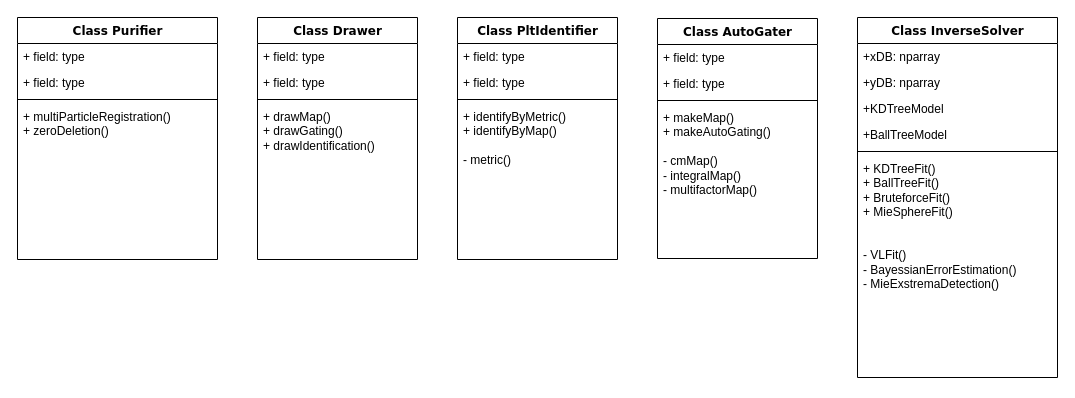
ka-50bs/PlateletIdentification keeps this draw.io diagram as UML Diagram.drawio. Above is the earlier version. Source tidied: cells renumbered, new cells numbered last; positions are measured from the earlier drawing's top-left corner, leaving out a move shared by most shapes. Both pictures are drawn from the tidied source at 100%, with x=0, y=0 at pixel (17, 17).
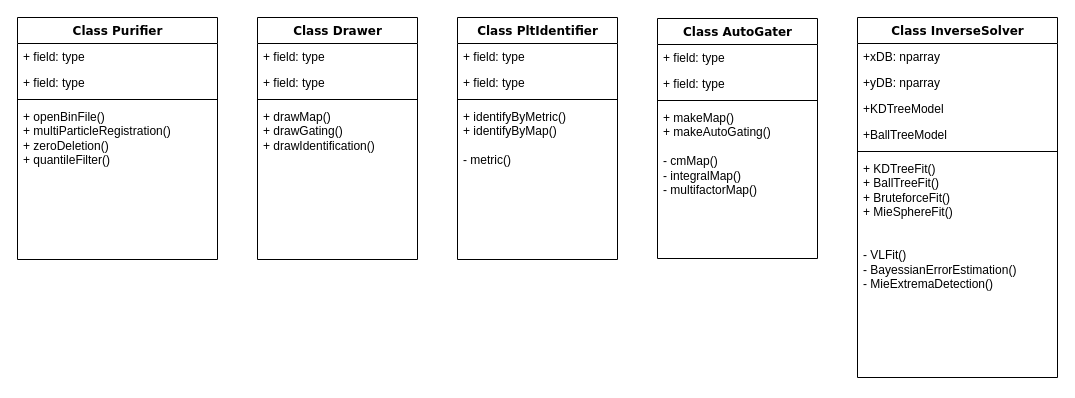
The same diagram, later.

Unchanged cells that the change refers to:
```xml
<mxCell id="2" value="Class Purifier" style="swimlane;html=1;fontStyle=1;align=center;verticalAlign=top;horizontal=1;startSize=26;swimlaneFillColor=#ffffff;rounded=0;shadow=0;comic=0;labelBackgroundColor=none;strokeWidth=1;fillColor=none;fontFamily=Verdana;fontSize=12;" parent="1" vertex="1">
  <mxGeometry width="200" height="242" as="geometry" />
</mxCell>
<mxCell id="22" value="Class InverseSolver" style="swimlane;html=1;fontStyle=1;align=center;verticalAlign=top;horizontal=1;startSize=26;swimlaneFillColor=#ffffff;rounded=0;shadow=0;comic=0;labelBackgroundColor=none;strokeWidth=1;fillColor=none;fontFamily=Verdana;fontSize=12;" parent="1" vertex="1">
  <mxGeometry x="840" width="200" height="360" as="geometry" />
</mxCell>
```

The edit, as a diff of the source:
```diff
@@
-    <mxCell id="6" value="&lt;div&gt;+ multiParticleRegistration()&lt;/div&gt;&lt;div&gt;+ zeroDeletion()&lt;/div&gt;&lt;div&gt;&lt;span style=&quot;white-space: pre;&quot;&gt;&#9;&lt;/span&gt;&lt;br&gt;&lt;/div&gt;" style="text;html=1;strokeColor=none;fillColor=none;align=left;verticalAlign=top;spacingLeft=4;spacingRight=4;whiteSpace=wrap;overflow=hidden;" parent="2" vertex="1">
+    <mxCell id="6" value="&lt;div&gt;+ openBinFile()&lt;br&gt;&lt;/div&gt;&lt;div&gt;+ multiParticleRegistration()&lt;/div&gt;&lt;div&gt;+ zeroDeletion()&lt;/div&gt;&lt;div&gt;+ quantileFilter()&lt;/div&gt;&lt;div&gt;&lt;br&gt;&lt;/div&gt;&lt;div&gt;&lt;span style=&quot;white-space: pre;&quot;&gt;&#9;&lt;/span&gt;&lt;br&gt;&lt;/div&gt;" style="text;html=1;strokeColor=none;fillColor=none;align=left;verticalAlign=top;spacingLeft=4;spacingRight=4;whiteSpace=wrap;overflow=hidden;" parent="2" vertex="1">
       <mxGeometry y="86" width="200" height="154" as="geometry" />
     </mxCell>
@@
-    <mxCell id="28" value="&lt;div&gt;+ KDTreeFit()&lt;/div&gt;&lt;div&gt;+ BallTreeFit()&lt;/div&gt;&lt;div&gt;&lt;span style=&quot;white-space: pre;&quot;&gt;+ BruteforceFit()&lt;/span&gt;&lt;br&gt;&lt;/div&gt;&lt;div&gt;+ MieSphereFit()&lt;/div&gt;&lt;div&gt;&lt;span style=&quot;white-space: pre;&quot;&gt;&#9;&lt;/span&gt;&lt;br&gt;&lt;/div&gt;&lt;div&gt;&lt;span style=&quot;white-space: pre;&quot;&gt;&#9;&lt;/span&gt;&lt;/div&gt;&lt;div&gt;- VLFit()&lt;/div&gt;&lt;div&gt;- BayessianErrorEstimation()&lt;/div&gt;&lt;div&gt;- MieExstremaDetection()&lt;/div&gt;&lt;div&gt;&lt;br&gt;&lt;/div&gt;&lt;div&gt;&lt;span style=&quot;white-space: pre;&quot;&gt;&#9;&lt;/span&gt;&lt;br&gt;&lt;/div&gt;&lt;div&gt;&lt;span style=&quot;white-space: pre;&quot;&gt;&#9;&lt;/span&gt;&lt;br&gt;&lt;/div&gt;&lt;div&gt;&lt;span style=&quot;white-space: pre;&quot;&gt;&#9;&lt;/span&gt;&lt;br&gt;&lt;/div&gt;" style="text;html=1;strokeColor=none;fillColor=none;align=left;verticalAlign=top;spacingLeft=4;spacingRight=4;whiteSpace=wrap;overflow=hidden;" parent="22" vertex="1">
+    <mxCell id="28" value="&lt;div&gt;+ KDTreeFit()&lt;/div&gt;&lt;div&gt;+ BallTreeFit()&lt;/div&gt;&lt;div&gt;&lt;span style=&quot;white-space: pre;&quot;&gt;+ BruteforceFit()&lt;/span&gt;&lt;br&gt;&lt;/div&gt;&lt;div&gt;+ MieSphereFit()&lt;/div&gt;&lt;div&gt;&lt;span style=&quot;white-space: pre;&quot;&gt;&#9;&lt;/span&gt;&lt;br&gt;&lt;/div&gt;&lt;div&gt;&lt;span style=&quot;white-space: pre;&quot;&gt;&#9;&lt;/span&gt;&lt;/div&gt;&lt;div&gt;- VLFit()&lt;/div&gt;&lt;div&gt;- BayessianErrorEstimation()&lt;/div&gt;&lt;div&gt;- MieExtremaDetection()&lt;/div&gt;&lt;div&gt;&lt;br&gt;&lt;/div&gt;&lt;div&gt;&lt;span style=&quot;white-space: pre;&quot;&gt;&#9;&lt;/span&gt;&lt;br&gt;&lt;/div&gt;&lt;div&gt;&lt;span style=&quot;white-space: pre;&quot;&gt;&#9;&lt;/span&gt;&lt;br&gt;&lt;/div&gt;&lt;div&gt;&lt;span style=&quot;white-space: pre;&quot;&gt;&#9;&lt;/span&gt;&lt;br&gt;&lt;/div&gt;" style="text;html=1;strokeColor=none;fillColor=none;align=left;verticalAlign=top;spacingLeft=4;spacingRight=4;whiteSpace=wrap;overflow=hidden;" parent="22" vertex="1">
       <mxGeometry y="138" width="200" height="222" as="geometry" />
     </mxCell>
```
